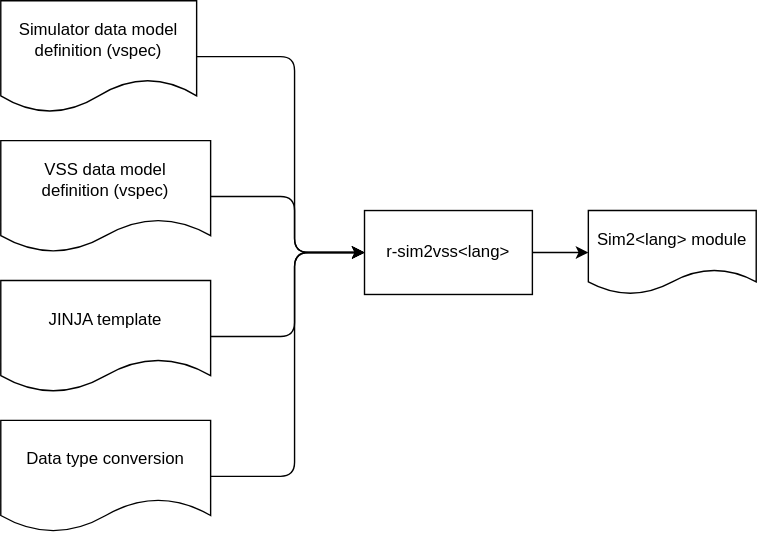
Above: converters/r-sim2vss/doc/r-sim2vss-code-generator.drawio.svg in slawr/vss-otaku (draw.io), before the change. Source tidied: cells renumbered, new cells last; positions are measured from the earlier drawing's top-left corner, leaving out a move shared by most shapes. The source it was exported from:
```xml
<mxGraphModel>
  <root>
    <mxCell id="0" />
    <mxCell id="1" parent="0" />
    <mxCell id="2" style="edgeStyle=orthogonalEdgeStyle;jettySize=auto;html=1;fontFamily=Helvetica;" parent="1" edge="1" source="3" target="12">
      <mxGeometry relative="1" as="geometry" />
    </mxCell>
    <mxCell id="3" value="r-sim2vss&amp;lt;lang&amp;gt;" style="rounded=0;whiteSpace=wrap;html=1;fontFamily=Helvetica;" parent="1" vertex="1">
      <mxGeometry x="260" y="150" width="120" height="60" as="geometry" />
    </mxCell>
    <mxCell id="4" style="edgeStyle=orthogonalEdgeStyle;jettySize=auto;html=1;exitX=1;exitY=0.5;exitDx=0;exitDy=0;entryX=0;entryY=0.5;entryDx=0;entryDy=0;fontFamily=Helvetica;" parent="1" edge="1" source="5" target="3">
      <mxGeometry relative="1" as="geometry">
        <Array as="points">
          <mxPoint x="210" y="40" />
          <mxPoint x="210" y="180" />
        </Array>
      </mxGeometry>
    </mxCell>
    <mxCell id="5" value="Simulator&amp;nbsp;data model definition (vspec)" style="shape=document;whiteSpace=wrap;html=1;boundedLbl=1;fontFamily=Helvetica;" parent="1" vertex="1">
      <mxGeometry width="140" height="80" as="geometry" />
    </mxCell>
    <mxCell id="6" style="edgeStyle=orthogonalEdgeStyle;jettySize=auto;html=1;fontFamily=Helvetica;" parent="1" edge="1" source="7" target="3">
      <mxGeometry relative="1" as="geometry">
        <Array as="points">
          <mxPoint x="210" y="140" />
          <mxPoint x="210" y="180" />
        </Array>
      </mxGeometry>
    </mxCell>
    <mxCell id="7" value="VSS data model &lt;br&gt;definition (vspec)" style="shape=document;whiteSpace=wrap;html=1;boundedLbl=1;fontFamily=Helvetica;" parent="1" vertex="1">
      <mxGeometry y="100" width="150" height="80" as="geometry" />
    </mxCell>
    <mxCell id="8" style="edgeStyle=orthogonalEdgeStyle;jettySize=auto;html=1;entryX=0;entryY=0.5;entryDx=0;entryDy=0;fontFamily=Helvetica;" parent="1" edge="1" source="9" target="3">
      <mxGeometry relative="1" as="geometry">
        <Array as="points">
          <mxPoint x="210" y="240" />
          <mxPoint x="210" y="180" />
        </Array>
      </mxGeometry>
    </mxCell>
    <mxCell id="9" value="&lt;div&gt;JINJA template&lt;/div&gt;" style="shape=document;whiteSpace=wrap;html=1;boundedLbl=1;fontFamily=Helvetica;" parent="1" vertex="1">
      <mxGeometry y="200" width="150" height="80" as="geometry" />
    </mxCell>
    <mxCell id="10" style="edgeStyle=orthogonalEdgeStyle;jettySize=auto;html=1;exitX=1;exitY=0.5;exitDx=0;exitDy=0;entryX=0;entryY=0.5;entryDx=0;entryDy=0;fontFamily=Helvetica;" parent="1" edge="1" source="11" target="3">
      <mxGeometry relative="1" as="geometry">
        <Array as="points">
          <mxPoint x="210" y="340" />
          <mxPoint x="210" y="180" />
        </Array>
      </mxGeometry>
    </mxCell>
    <mxCell id="11" value="Data type conversion" style="shape=document;whiteSpace=wrap;html=1;boundedLbl=1;fontFamily=Helvetica;" parent="1" vertex="1">
      <mxGeometry y="300" width="150" height="80" as="geometry" />
    </mxCell>
    <mxCell id="12" value="Sim2&amp;lt;lang&amp;gt; module" style="shape=document;whiteSpace=wrap;html=1;boundedLbl=1;fontFamily=Helvetica;" parent="1" vertex="1">
      <mxGeometry x="420" y="150" width="120" height="60" as="geometry" />
    </mxCell>
  </root>
</mxGraphModel>
```
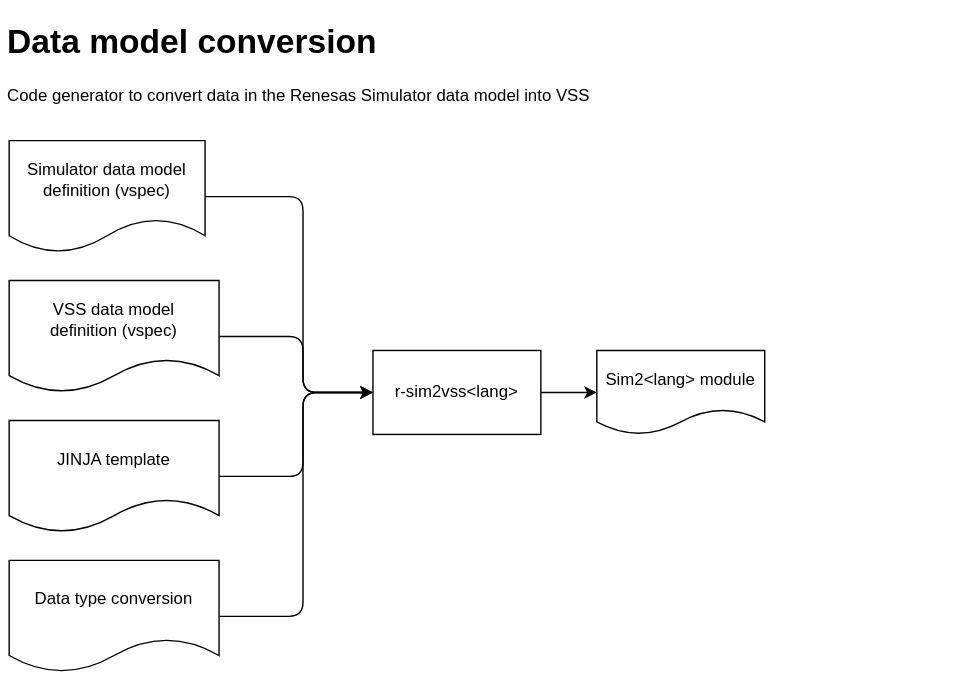
The same diagram one commit later.

Commit message:
Data Feeders: Add high level Renesas Simulator information

The edit, as a diff of the source:
```diff
@@ -55,5 +55,8 @@
     <mxCell id="12" value="Sim2&amp;lt;lang&amp;gt; module" style="shape=document;whiteSpace=wrap;html=1;boundedLbl=1;fontFamily=Helvetica;" parent="1" vertex="1">
       <mxGeometry x="420" y="150" width="120" height="60" as="geometry" />
     </mxCell>
+    <mxCell id="13" value="&lt;h1&gt;Data model conversion&lt;/h1&gt;&lt;p&gt;Code generator to convert data in the Renesas Simulator data model into VSS&lt;/p&gt;" style="text;html=1;strokeColor=none;fillColor=none;spacing=5;spacingTop=-20;whiteSpace=wrap;overflow=hidden;rounded=0;" parent="1" vertex="1">
+      <mxGeometry x="-6" y="-90" width="680" height="80" as="geometry" />
+    </mxCell>
   </root>
 </mxGraphModel>
```
